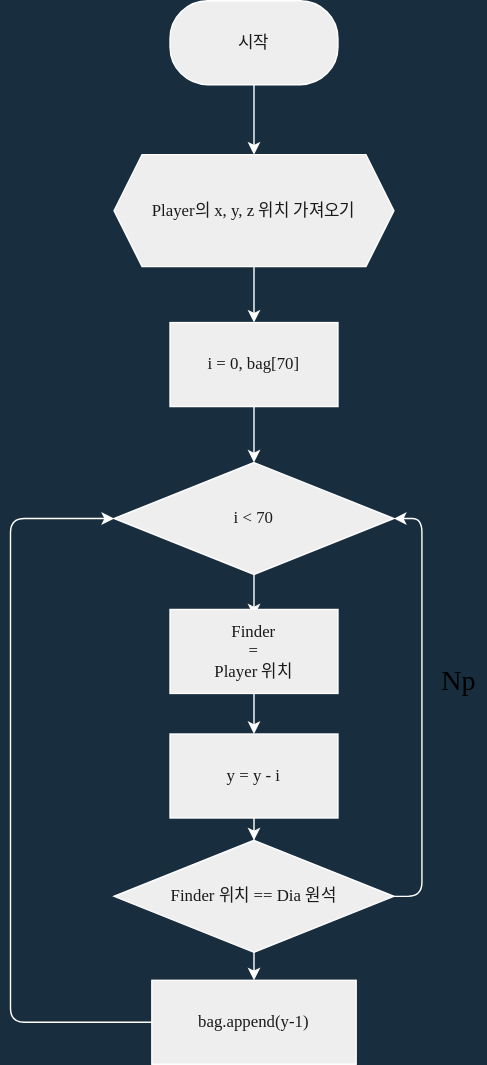
Before: Algorithm/finding_dia.drawio.svg, a diagram exported from draw.io (Xe-Kinesis/Minecraft-Python). Source tidied: cells renumbered, new cells last; positions are measured from the earlier drawing's top-left corner, leaving out a move shared by most shapes.
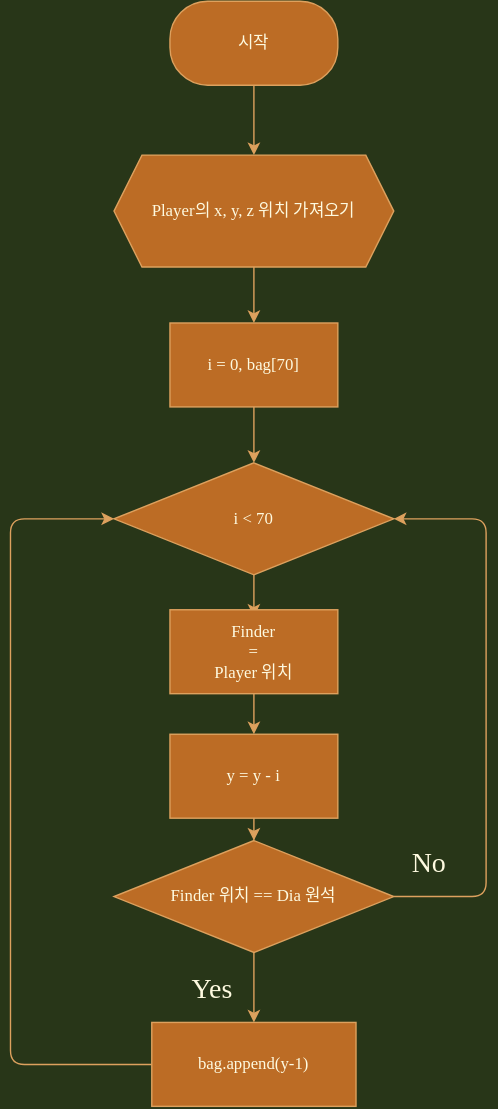
Above is the later version.

Change to the diagram source:
```diff
@@ -1,26 +1,26 @@
-<mxGraphModel background="#182E3E">
+<mxGraphModel background="#283618">
   <root>
     <mxCell id="0" />
     <mxCell id="1" parent="0" />
-    <mxCell id="2" style="edgeStyle=orthogonalEdgeStyle;curved=0;rounded=1;sketch=0;jettySize=auto;html=1;fontFamily=어그로체;fontSource=https%3A%2F%2Fcdn.jsdelivr.net%2Fgh%2Fprojectnoonnu%2Fnoonfonts_2108%401.1%2FSBAggroB.woff;fontColor=#FFFFFF;strokeColor=#FFFFFF;" parent="1" edge="1" source="3" target="5">
+    <mxCell id="2" style="edgeStyle=orthogonalEdgeStyle;curved=0;rounded=1;sketch=0;jettySize=auto;html=1;fontFamily=어그로체;fontSource=https%3A%2F%2Fcdn.jsdelivr.net%2Fgh%2Fprojectnoonnu%2Fnoonfonts_2108%401.1%2FSBAggroB.woff;fontColor=#FEFAE0;strokeColor=#DDA15E;labelBackgroundColor=#283618;" parent="1" edge="1" source="3" target="5">
       <mxGeometry relative="1" as="geometry" />
     </mxCell>
-    <mxCell id="3" value="시작" style="rounded=1;whiteSpace=wrap;html=1;sketch=0;fontColor=#1A1A1A;strokeColor=#FFFFFF;fillColor=#EEEEEE;arcSize=45;fontFamily=어그로체;fontSource=https%3A%2F%2Fcdn.jsdelivr.net%2Fgh%2Fprojectnoonnu%2Fnoonfonts_2108%401.1%2FSBAggroB.woff;" parent="1" vertex="1">
+    <mxCell id="3" value="시작" style="rounded=1;whiteSpace=wrap;html=1;sketch=0;fontColor=#FEFAE0;strokeColor=#DDA15E;fillColor=#BC6C25;arcSize=45;fontFamily=어그로체;fontSource=https%3A%2F%2Fcdn.jsdelivr.net%2Fgh%2Fprojectnoonnu%2Fnoonfonts_2108%401.1%2FSBAggroB.woff;" parent="1" vertex="1">
       <mxGeometry x="114" width="120" height="60" as="geometry" />
     </mxCell>
-    <mxCell id="4" style="edgeStyle=orthogonalEdgeStyle;curved=0;rounded=1;sketch=0;jettySize=auto;html=1;fontFamily=어그로체;fontSource=https%3A%2F%2Fcdn.jsdelivr.net%2Fgh%2Fprojectnoonnu%2Fnoonfonts_2108%401.1%2FSBAggroB.woff;fontColor=#FFFFFF;strokeColor=#FFFFFF;" parent="1" edge="1" source="5" target="7">
+    <mxCell id="4" style="edgeStyle=orthogonalEdgeStyle;curved=0;rounded=1;sketch=0;jettySize=auto;html=1;fontFamily=어그로체;fontSource=https%3A%2F%2Fcdn.jsdelivr.net%2Fgh%2Fprojectnoonnu%2Fnoonfonts_2108%401.1%2FSBAggroB.woff;fontColor=#FEFAE0;strokeColor=#DDA15E;labelBackgroundColor=#283618;" parent="1" edge="1" source="5" target="7">
       <mxGeometry relative="1" as="geometry" />
     </mxCell>
-    <mxCell id="5" value="Player의 x, y, z 위치 가져오기" style="shape=hexagon;perimeter=hexagonPerimeter2;whiteSpace=wrap;html=1;fixedSize=1;rounded=0;sketch=0;fontFamily=어그로체;fontSource=https%3A%2F%2Fcdn.jsdelivr.net%2Fgh%2Fprojectnoonnu%2Fnoonfonts_2108%401.1%2FSBAggroB.woff;fontColor=#1A1A1A;strokeColor=#FFFFFF;fillColor=#EEEEEE;" parent="1" vertex="1">
+    <mxCell id="5" value="Player의 x, y, z 위치 가져오기" style="shape=hexagon;perimeter=hexagonPerimeter2;whiteSpace=wrap;html=1;fixedSize=1;rounded=0;sketch=0;fontFamily=어그로체;fontSource=https%3A%2F%2Fcdn.jsdelivr.net%2Fgh%2Fprojectnoonnu%2Fnoonfonts_2108%401.1%2FSBAggroB.woff;fontColor=#FEFAE0;strokeColor=#DDA15E;fillColor=#BC6C25;" parent="1" vertex="1">
       <mxGeometry x="74" y="110" width="200" height="80" as="geometry" />
     </mxCell>
-    <mxCell id="6" style="edgeStyle=orthogonalEdgeStyle;curved=0;rounded=1;sketch=0;jettySize=auto;html=1;fontFamily=어그로체;fontSource=https%3A%2F%2Fcdn.jsdelivr.net%2Fgh%2Fprojectnoonnu%2Fnoonfonts_2108%401.1%2FSBAggroB.woff;fontColor=#FFFFFF;strokeColor=#FFFFFF;" parent="1" edge="1" source="7" target="9">
+    <mxCell id="6" style="edgeStyle=orthogonalEdgeStyle;curved=0;rounded=1;sketch=0;jettySize=auto;html=1;fontFamily=어그로체;fontSource=https%3A%2F%2Fcdn.jsdelivr.net%2Fgh%2Fprojectnoonnu%2Fnoonfonts_2108%401.1%2FSBAggroB.woff;fontColor=#FEFAE0;strokeColor=#DDA15E;labelBackgroundColor=#283618;" parent="1" edge="1" source="7" target="9">
       <mxGeometry relative="1" as="geometry" />
     </mxCell>
-    <mxCell id="7" value="i = 0, bag[70]" style="rounded=0;whiteSpace=wrap;html=1;sketch=0;fontFamily=어그로체;fontSource=https%3A%2F%2Fcdn.jsdelivr.net%2Fgh%2Fprojectnoonnu%2Fnoonfonts_2108%401.1%2FSBAggroB.woff;fontColor=#1A1A1A;strokeColor=#FFFFFF;fillColor=#EEEEEE;" parent="1" vertex="1">
+    <mxCell id="7" value="i = 0, bag[70]" style="rounded=0;whiteSpace=wrap;html=1;sketch=0;fontFamily=어그로체;fontSource=https%3A%2F%2Fcdn.jsdelivr.net%2Fgh%2Fprojectnoonnu%2Fnoonfonts_2108%401.1%2FSBAggroB.woff;fontColor=#FEFAE0;strokeColor=#DDA15E;fillColor=#BC6C25;" parent="1" vertex="1">
       <mxGeometry x="114" y="230" width="120" height="60" as="geometry" />
     </mxCell>
-    <mxCell id="8" style="edgeStyle=orthogonalEdgeStyle;curved=0;rounded=1;sketch=0;jettySize=auto;html=1;fontFamily=어그로체;fontSource=https%3A%2F%2Fcdn.jsdelivr.net%2Fgh%2Fprojectnoonnu%2Fnoonfonts_2108%401.1%2FSBAggroB.woff;fontColor=#FFFFFF;strokeColor=#FFFFFF;" parent="1" edge="1" source="9">
+    <mxCell id="8" style="edgeStyle=orthogonalEdgeStyle;curved=0;rounded=1;sketch=0;jettySize=auto;html=1;fontFamily=어그로체;fontSource=https%3A%2F%2Fcdn.jsdelivr.net%2Fgh%2Fprojectnoonnu%2Fnoonfonts_2108%401.1%2FSBAggroB.woff;fontColor=#FEFAE0;strokeColor=#DDA15E;labelBackgroundColor=#283618;" parent="1" edge="1" source="9">
       <mxGeometry relative="1" as="geometry">
         <mxPoint x="174" y="440" as="targetPoint" />
         <Array as="points">
@@ -29,43 +29,51 @@
         </Array>
       </mxGeometry>
     </mxCell>
-    <mxCell id="9" value="i &amp;lt; 70" style="rhombus;whiteSpace=wrap;html=1;rounded=0;fontFamily=어그로체;fontSource=https%3A%2F%2Fcdn.jsdelivr.net%2Fgh%2Fprojectnoonnu%2Fnoonfonts_2108%401.1%2FSBAggroB.woff;fontColor=#1A1A1A;strokeColor=#FFFFFF;fillColor=#EEEEEE;sketch=0;" parent="1" vertex="1">
+    <mxCell id="9" value="i &amp;lt; 70" style="rhombus;whiteSpace=wrap;html=1;rounded=0;fontFamily=어그로체;fontSource=https%3A%2F%2Fcdn.jsdelivr.net%2Fgh%2Fprojectnoonnu%2Fnoonfonts_2108%401.1%2FSBAggroB.woff;fontColor=#FEFAE0;strokeColor=#DDA15E;fillColor=#BC6C25;sketch=0;" parent="1" vertex="1">
       <mxGeometry x="74" y="330" width="200" height="80" as="geometry" />
     </mxCell>
-    <mxCell id="10" style="edgeStyle=orthogonalEdgeStyle;curved=0;rounded=1;sketch=0;jettySize=auto;html=1;fontFamily=어그로체;fontSource=https%3A%2F%2Fcdn.jsdelivr.net%2Fgh%2Fprojectnoonnu%2Fnoonfonts_2108%401.1%2FSBAggroB.woff;fontColor=#FFFFFF;strokeColor=#FFFFFF;" parent="1" edge="1" source="11" target="14">
+    <mxCell id="10" style="edgeStyle=orthogonalEdgeStyle;curved=0;rounded=1;sketch=0;jettySize=auto;html=1;fontFamily=어그로체;fontSource=https%3A%2F%2Fcdn.jsdelivr.net%2Fgh%2Fprojectnoonnu%2Fnoonfonts_2108%401.1%2FSBAggroB.woff;fontColor=#FEFAE0;strokeColor=#DDA15E;labelBackgroundColor=#283618;" parent="1" edge="1" source="11" target="14">
       <mxGeometry relative="1" as="geometry" />
     </mxCell>
-    <mxCell id="11" value="y = y - i" style="whiteSpace=wrap;html=1;rounded=0;fontFamily=어그로체;fontSource=https%3A%2F%2Fcdn.jsdelivr.net%2Fgh%2Fprojectnoonnu%2Fnoonfonts_2108%401.1%2FSBAggroB.woff;fontColor=#1A1A1A;strokeColor=#FFFFFF;fillColor=#EEEEEE;sketch=0;" parent="1" vertex="1">
+    <mxCell id="11" value="y = y - i" style="whiteSpace=wrap;html=1;rounded=0;fontFamily=어그로체;fontSource=https%3A%2F%2Fcdn.jsdelivr.net%2Fgh%2Fprojectnoonnu%2Fnoonfonts_2108%401.1%2FSBAggroB.woff;fontColor=#FEFAE0;strokeColor=#DDA15E;fillColor=#BC6C25;sketch=0;" parent="1" vertex="1">
       <mxGeometry x="114" y="524" width="120" height="60" as="geometry" />
     </mxCell>
-    <mxCell id="12" style="edgeStyle=orthogonalEdgeStyle;curved=0;rounded=1;sketch=0;jettySize=auto;html=1;fontFamily=어그로체;fontSource=https%3A%2F%2Fcdn.jsdelivr.net%2Fgh%2Fprojectnoonnu%2Fnoonfonts_2108%401.1%2FSBAggroB.woff;fontColor=#FFFFFF;strokeColor=#FFFFFF;" parent="1" edge="1" source="14" target="18">
+    <mxCell id="12" style="edgeStyle=orthogonalEdgeStyle;curved=0;rounded=1;sketch=0;jettySize=auto;html=1;fontFamily=어그로체;fontSource=https%3A%2F%2Fcdn.jsdelivr.net%2Fgh%2Fprojectnoonnu%2Fnoonfonts_2108%401.1%2FSBAggroB.woff;fontColor=#FEFAE0;strokeColor=#DDA15E;labelBackgroundColor=#283618;" parent="1" edge="1" source="14" target="18">
       <mxGeometry relative="1" as="geometry" />
     </mxCell>
-    <mxCell id="13" style="edgeStyle=orthogonalEdgeStyle;curved=0;rounded=1;sketch=0;jettySize=auto;html=1;fontFamily=어그로체;fontSource=https%3A%2F%2Fcdn.jsdelivr.net%2Fgh%2Fprojectnoonnu%2Fnoonfonts_2108%401.1%2FSBAggroB.woff;fontColor=#FFFFFF;strokeColor=#FFFFFF;entryX=1;entryY=0.5;entryDx=0;entryDy=0;exitX=1;exitY=0.5;exitDx=0;exitDy=0;" parent="1" edge="1" source="14" target="9">
-      <mxGeometry relative="1" as="geometry" />
+    <mxCell id="13" style="edgeStyle=orthogonalEdgeStyle;curved=0;rounded=1;sketch=0;jettySize=auto;html=1;fontFamily=어그로체;fontSource=https%3A%2F%2Fcdn.jsdelivr.net%2Fgh%2Fprojectnoonnu%2Fnoonfonts_2108%401.1%2FSBAggroB.woff;fontColor=#FEFAE0;strokeColor=#DDA15E;entryX=1;entryY=0.5;entryDx=0;entryDy=0;exitX=1;exitY=0.5;exitDx=0;exitDy=0;labelBackgroundColor=#283618;" parent="1" edge="1" source="14" target="9">
+      <mxGeometry relative="1" as="geometry">
+        <Array as="points">
+          <mxPoint x="340" y="640" />
+          <mxPoint x="340" y="370" />
+        </Array>
+      </mxGeometry>
     </mxCell>
-    <mxCell id="14" value="Finder 위치 == Dia 원석" style="rhombus;whiteSpace=wrap;html=1;rounded=0;fontFamily=어그로체;fontSource=https%3A%2F%2Fcdn.jsdelivr.net%2Fgh%2Fprojectnoonnu%2Fnoonfonts_2108%401.1%2FSBAggroB.woff;fontColor=#1A1A1A;strokeColor=#FFFFFF;fillColor=#EEEEEE;sketch=0;" parent="1" vertex="1">
+    <mxCell id="14" value="Finder 위치 == Dia 원석" style="rhombus;whiteSpace=wrap;html=1;rounded=0;fontFamily=어그로체;fontSource=https%3A%2F%2Fcdn.jsdelivr.net%2Fgh%2Fprojectnoonnu%2Fnoonfonts_2108%401.1%2FSBAggroB.woff;fontColor=#FEFAE0;strokeColor=#DDA15E;fillColor=#BC6C25;sketch=0;" parent="1" vertex="1">
       <mxGeometry x="74" y="600" width="200" height="80" as="geometry" />
     </mxCell>
-    <mxCell id="15" style="edgeStyle=orthogonalEdgeStyle;curved=0;rounded=1;sketch=0;jettySize=auto;html=1;fontFamily=어그로체;fontSource=https%3A%2F%2Fcdn.jsdelivr.net%2Fgh%2Fprojectnoonnu%2Fnoonfonts_2108%401.1%2FSBAggroB.woff;fontColor=#FFFFFF;strokeColor=#FFFFFF;" parent="1" edge="1" source="16" target="11">
+    <mxCell id="15" style="edgeStyle=orthogonalEdgeStyle;curved=0;rounded=1;sketch=0;jettySize=auto;html=1;fontFamily=어그로체;fontSource=https%3A%2F%2Fcdn.jsdelivr.net%2Fgh%2Fprojectnoonnu%2Fnoonfonts_2108%401.1%2FSBAggroB.woff;fontColor=#FEFAE0;strokeColor=#DDA15E;labelBackgroundColor=#283618;" parent="1" edge="1" source="16" target="11">
       <mxGeometry relative="1" as="geometry" />
     </mxCell>
-    <mxCell id="16" value="Finder &lt;br&gt;= &lt;br&gt;Player 위치" style="whiteSpace=wrap;html=1;rounded=0;fontFamily=어그로체;fontSource=https%3A%2F%2Fcdn.jsdelivr.net%2Fgh%2Fprojectnoonnu%2Fnoonfonts_2108%401.1%2FSBAggroB.woff;fontColor=#1A1A1A;strokeColor=#FFFFFF;fillColor=#EEEEEE;sketch=0;" parent="1" vertex="1">
+    <mxCell id="16" value="Finder &lt;br&gt;= &lt;br&gt;Player 위치" style="whiteSpace=wrap;html=1;rounded=0;fontFamily=어그로체;fontSource=https%3A%2F%2Fcdn.jsdelivr.net%2Fgh%2Fprojectnoonnu%2Fnoonfonts_2108%401.1%2FSBAggroB.woff;fontColor=#FEFAE0;strokeColor=#DDA15E;fillColor=#BC6C25;sketch=0;" parent="1" vertex="1">
       <mxGeometry x="114" y="435" width="120" height="60" as="geometry" />
     </mxCell>
-    <mxCell id="17" style="edgeStyle=orthogonalEdgeStyle;curved=0;rounded=1;sketch=0;jettySize=auto;html=1;fontFamily=어그로체;fontSource=https%3A%2F%2Fcdn.jsdelivr.net%2Fgh%2Fprojectnoonnu%2Fnoonfonts_2108%401.1%2FSBAggroB.woff;fontColor=#FFFFFF;strokeColor=#FFFFFF;entryX=0;entryY=0.5;entryDx=0;entryDy=0;" parent="1" edge="1" source="18" target="9">
+    <mxCell id="17" style="edgeStyle=orthogonalEdgeStyle;curved=0;rounded=1;sketch=0;jettySize=auto;html=1;fontFamily=어그로체;fontSource=https%3A%2F%2Fcdn.jsdelivr.net%2Fgh%2Fprojectnoonnu%2Fnoonfonts_2108%401.1%2FSBAggroB.woff;fontColor=#FEFAE0;strokeColor=#DDA15E;entryX=0;entryY=0.5;entryDx=0;entryDy=0;labelBackgroundColor=#283618;" parent="1" edge="1" source="18" target="9">
       <mxGeometry relative="1" as="geometry">
         <Array as="points">
-          <mxPoint y="730" />
+          <mxPoint y="760" />
           <mxPoint y="370" />
         </Array>
       </mxGeometry>
     </mxCell>
-    <mxCell id="18" value="bag.append(y-1)" style="whiteSpace=wrap;html=1;rounded=0;fontFamily=어그로체;fontSource=https%3A%2F%2Fcdn.jsdelivr.net%2Fgh%2Fprojectnoonnu%2Fnoonfonts_2108%401.1%2FSBAggroB.woff;fontColor=#1A1A1A;strokeColor=#FFFFFF;fillColor=#EEEEEE;sketch=0;" parent="1" vertex="1">
-      <mxGeometry x="101" y="700" width="146" height="60" as="geometry" />
+    <mxCell id="18" value="bag.append(y-1)" style="whiteSpace=wrap;html=1;rounded=0;fontFamily=어그로체;fontSource=https%3A%2F%2Fcdn.jsdelivr.net%2Fgh%2Fprojectnoonnu%2Fnoonfonts_2108%401.1%2FSBAggroB.woff;fontColor=#FEFAE0;strokeColor=#DDA15E;fillColor=#BC6C25;sketch=0;" parent="1" vertex="1">
+      <mxGeometry x="101" y="730" width="146" height="60" as="geometry" />
     </mxCell>
-    <mxCell id="19" value="Np" style="text;html=1;align=center;verticalAlign=middle;strokeColor=none;sketch=1;hachureGap=4;fontFamily=Architects Daughter;fontSource=https%3A%2F%2Ffonts.googleapis.com%2Fcss%3Ffamily%3DArchitects%2BDaughter;fontSize=20;" parent="1" vertex="1">
-      <mxGeometry x="300" y="470" width="40" height="30" as="geometry" />
+    <mxCell id="19" value="&lt;font face=&quot;어그로체&quot;&gt;No&lt;/font&gt;" style="text;html=1;align=center;verticalAlign=middle;sketch=1;hachureGap=4;fontFamily=Architects Daughter;fontSource=https%3A%2F%2Ffonts.googleapis.com%2Fcss%3Ffamily%3DArchitects%2BDaughter;fontSize=20;fontColor=#FEFAE0;" parent="1" vertex="1">
+      <mxGeometry x="274" y="600" width="50" height="30" as="geometry" />
     </mxCell>
+    <mxCell id="20" value="&lt;font face=&quot;어그로체&quot;&gt;Yes&lt;/font&gt;" style="text;html=1;align=center;verticalAlign=middle;sketch=1;hachureGap=4;fontFamily=Architects Daughter;fontSource=https%3A%2F%2Ffonts.googleapis.com%2Fcss%3Ffamily%3DArchitects%2BDaughter;fontSize=20;fontColor=#FEFAE0;" parent="1" vertex="1">
+      <mxGeometry x="114" y="690" width="60" height="30" as="geometry" />
+    </mxCell>
   </root>
 </mxGraphModel>
```
